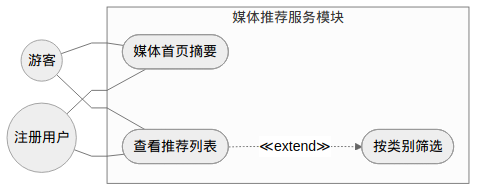
Before: docs/diagrams/fig3-7-media-usecase.png, a diagram exported from Mermaid (Wkjlovec/graduation_project_zhuang). Its source is kept beside it as docs/diagrams/fig3-7-media-usecase.mmd. Source of this version:
```mermaid
%%{init: {'theme': 'neutral', 'flowchart': {'curve': 'linear', 'rankSpacing': 35, 'nodeSpacing': 25}}}%%
graph LR
    Guest((游客))
    User((注册用户))

    subgraph 媒体推荐服务模块
        direction TB
        UC1([媒体首页摘要])
        UC2([查看推荐列表])
        UC3([按类别筛选])
    end

    Guest --- UC1
    Guest --- UC2
    User --- UC1
    User --- UC2
    UC2 -..->|"≪extend≫"| UC3
```
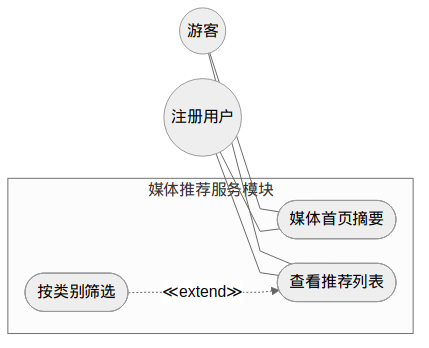
After the change.

What changed in the source:
```diff
@@ -14,4 +14,4 @@
     Guest --- UC2
     User --- UC1
     User --- UC2
-    UC2 -..->|"≪extend≫"| UC3
+    UC3 -..->|"≪extend≫"| UC2
```
